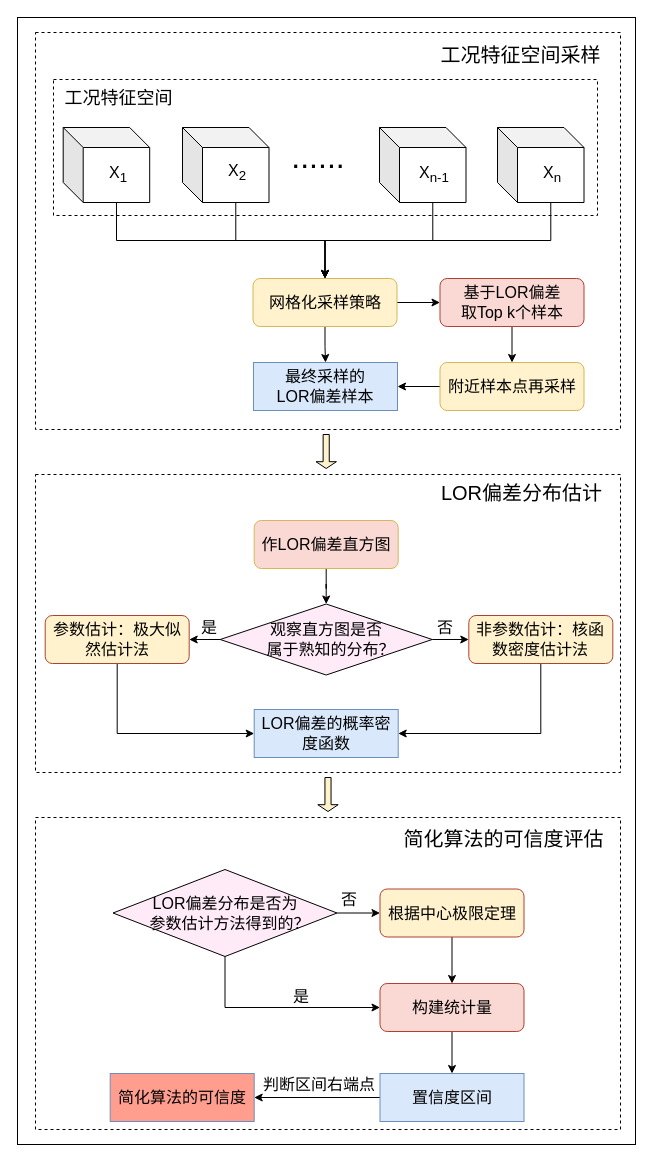
This is 未命名绘图.drawio from ZhangChaoZhong/draw, a draw.io file, before an edit. Source tidied: cells renumbered, new cells numbered last; positions are measured from the earlier drawing's top-left corner, leaving out a move shared by most shapes. Both pictures are drawn from the tidied source at 100%, with x=0, y=0 at pixel (17, 17).
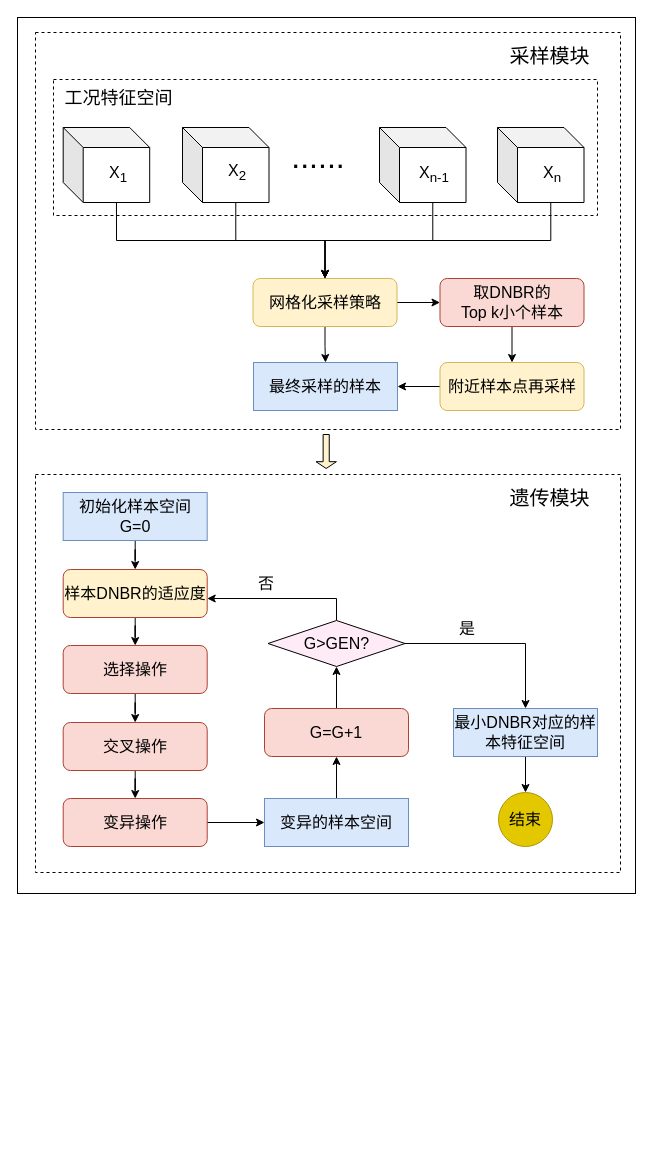
Above is the later version.

Commit message:
更新未命名绘图.drawio

Change to the diagram source:
```diff
@@
     <mxCell id="2" style="rounded=0;whiteSpace=wrap;html=1;" parent="1" vertex="1">
-      <mxGeometry width="618" height="1127" as="geometry" />
+      <mxGeometry width="618" height="876" as="geometry" />
     </mxCell>
-    <mxCell id="3" style="rounded=0;whiteSpace=wrap;html=1;fontSize=16;dashed=1;" parent="1" vertex="1">
-      <mxGeometry x="18" y="800" width="585" height="312" as="geometry" />
-    </mxCell>
     <mxCell id="4" style="rounded=0;whiteSpace=wrap;html=1;fontSize=16;dashed=1;" parent="1" vertex="1">
-      <mxGeometry x="18" y="457" width="585" height="298" as="geometry" />
+      <mxGeometry x="18" y="457" width="585" height="398" as="geometry" />
     </mxCell>
@@
-    <mxCell id="25" value="&lt;div&gt;基于LOR偏差&lt;/div&gt;&lt;div&gt;取Top k个样本&lt;/div&gt;" style="rounded=1;whiteSpace=wrap;html=1;fontSize=16;fillColor=#fad9d5;strokeColor=#ae4132;" parent="1" vertex="1">
+    <mxCell id="25" value="&lt;div&gt;取DNBR的&lt;/div&gt;&lt;div&gt;Top k小个样本&lt;/div&gt;" style="rounded=1;whiteSpace=wrap;html=1;fontSize=16;fillColor=#fad9d5;strokeColor=#ae4132;" parent="1" vertex="1">
       <mxGeometry x="422.5" y="261" width="144" height="48" as="geometry" />
     </mxCell>
@@
-    <mxCell id="32" value="&lt;div&gt;最终采样的&lt;/div&gt;&lt;div&gt;LOR偏差样本&lt;/div&gt;" style="rounded=0;whiteSpace=wrap;html=1;fontSize=16;fillColor=#dae8fc;strokeColor=#6c8ebf;" parent="1" vertex="1">
+    <mxCell id="32" value="&lt;div&gt;最终采样的样本&lt;/div&gt;" style="rounded=0;whiteSpace=wrap;html=1;fontSize=16;fillColor=#dae8fc;strokeColor=#6c8ebf;" parent="1" vertex="1">
       <mxGeometry x="236" y="345" width="144" height="48" as="geometry" />
     </mxCell>
-    <mxCell id="33" style="edgeStyle=orthogonalEdgeStyle;rounded=0;jettySize=auto;html=1;fontSize=16;" parent="1" edge="1" source="35" target="39">
-      <mxGeometry relative="1" as="geometry" />
-    </mxCell>
     <mxCell id="34" style="edgeStyle=orthogonalEdgeStyle;rounded=0;jettySize=auto;html=1;fontSize=16;" parent="1" edge="1" source="35" target="41">
-      <mxGeometry relative="1" as="geometry" />
+      <mxGeometry relative="1" as="geometry">
+        <Array as="points">
+          <mxPoint x="319" y="581" />
+        </Array>
+      </mxGeometry>
     </mxCell>
+    <mxCell id="63" style="edgeStyle=orthogonalEdgeStyle;rounded=0;jettySize=auto;html=1;entryX=0.5;entryY=0;entryDx=0;entryDy=0;fontSize=16;" parent="1" edge="1" source="35" target="78">
+      <mxGeometry relative="1" as="geometry" />
+    </mxCell>
-    <mxCell id="35" value="&lt;div&gt;观察直方图是否&lt;/div&gt;&lt;div&gt;&amp;nbsp; 属于熟知的分布？&lt;/div&gt;" style="rhombus;whiteSpace=wrap;html=1;fontSize=16;fillColor=#FFEBF8;" parent="1" vertex="1">
-      <mxGeometry x="202.7" y="586.5" width="212" height="71" as="geometry" />
+    <mxCell id="35" value="G&amp;gt;GEN?" style="rhombus;whiteSpace=wrap;html=1;fontSize=16;fillColor=#FFEBF8;" parent="1" vertex="1">
+      <mxGeometry x="250.5" y="603" width="137" height="46" as="geometry" />
     </mxCell>
-    <mxCell id="36" style="edgeStyle=orthogonalEdgeStyle;rounded=0;jettySize=auto;html=1;exitX=0.5;exitY=1;exitDx=0;exitDy=0;fontSize=16;" parent="1" edge="1" source="37" target="35">
-      <mxGeometry relative="1" as="geometry" />
-    </mxCell>
-    <mxCell id="37" value="&lt;span&gt;&lt;/span&gt;&lt;span&gt;作LOR&lt;/span&gt;&lt;span&gt;偏差直方图&lt;/span&gt;&lt;span&gt;&lt;/span&gt;" style="rounded=1;whiteSpace=wrap;html=1;fontSize=16;fillColor=#FAD9D5;strokeColor=#d6b656;" parent="1" vertex="1">
-      <mxGeometry x="236.7" y="503" width="144" height="48" as="geometry" />
-    </mxCell>
-    <mxCell id="38" style="edgeStyle=orthogonalEdgeStyle;rounded=0;jettySize=auto;html=1;exitX=0.5;exitY=1;exitDx=0;exitDy=0;entryX=0;entryY=0.5;entryDx=0;entryDy=0;fontSize=16;" parent="1" edge="1" source="39" target="50">
-      <mxGeometry relative="1" as="geometry" />
-    </mxCell>
-    <mxCell id="39" value="参数估计：极大似然估计法" style="rounded=1;whiteSpace=wrap;html=1;fontSize=16;fillColor=#FFF2CC;strokeColor=#ae4132;" parent="1" vertex="1">
-      <mxGeometry x="27.7" y="598" width="144" height="48" as="geometry" />
-    </mxCell>
-    <mxCell id="40" style="edgeStyle=orthogonalEdgeStyle;rounded=0;jettySize=auto;html=1;entryX=1;entryY=0.5;entryDx=0;entryDy=0;fontSize=16;" parent="1" edge="1" source="41" target="50">
-      <mxGeometry relative="1" as="geometry">
-        <Array as="points">
-          <mxPoint x="523" y="716" />
-        </Array>
-      </mxGeometry>
-    </mxCell>
+    <mxCell id="64" style="edgeStyle=orthogonalEdgeStyle;rounded=0;jettySize=auto;html=1;entryX=0.5;entryY=0;entryDx=0;entryDy=0;" parent="1" edge="1" source="41" target="72">
+      <mxGeometry relative="1" as="geometry" />
+    </mxCell>
-    <mxCell id="41" value="非参数估计：核函数密度估计法" style="rounded=1;whiteSpace=wrap;html=1;fontSize=16;fillColor=#FFF2CC;strokeColor=#ae4132;" parent="1" vertex="1">
-      <mxGeometry x="451.3" y="598" width="144" height="48" as="geometry" />
+    <mxCell id="41" value="样本DNBR的适应度" style="rounded=1;whiteSpace=wrap;html=1;fontSize=16;fillColor=#FFF2CC;strokeColor=#ae4132;" parent="1" vertex="1">
+      <mxGeometry x="45.7" y="552" width="144" height="48" as="geometry" />
     </mxCell>
-    <mxCell id="42" style="edgeStyle=orthogonalEdgeStyle;rounded=0;jettySize=auto;html=1;fontSize=16;" parent="1" edge="1" source="44" target="48">
-      <mxGeometry relative="1" as="geometry" />
-    </mxCell>
-    <mxCell id="43" style="edgeStyle=orthogonalEdgeStyle;rounded=0;jettySize=auto;html=1;entryX=0;entryY=0.5;entryDx=0;entryDy=0;fontSize=16;" parent="1" edge="1" source="44" target="46">
-      <mxGeometry relative="1" as="geometry">
-        <Array as="points">
-          <mxPoint x="208" y="990" />
-        </Array>
-      </mxGeometry>
-    </mxCell>
-    <mxCell id="44" value="&lt;div&gt;LOR偏差分布是否为&lt;/div&gt;&lt;div&gt;&amp;nbsp; 参数估计方法得到的？&lt;/div&gt;" style="rhombus;whiteSpace=wrap;html=1;fontSize=16;fillColor=#FFEBF8;" parent="1" vertex="1">
-      <mxGeometry x="95.5" y="852" width="224" height="87" as="geometry" />
-    </mxCell>
-    <mxCell id="45" style="edgeStyle=orthogonalEdgeStyle;rounded=0;jettySize=auto;html=1;entryX=0.5;entryY=0;entryDx=0;entryDy=0;fontSize=16;" parent="1" edge="1" source="46" target="52">
-      <mxGeometry relative="1" as="geometry" />
-    </mxCell>
-    <mxCell id="46" value="构建统计量" style="rounded=1;whiteSpace=wrap;html=1;fontSize=16;fillColor=#fad9d5;strokeColor=#ae4132;" parent="1" vertex="1">
-      <mxGeometry x="362.5" y="966" width="144" height="48" as="geometry" />
-    </mxCell>
-    <mxCell id="47" style="edgeStyle=orthogonalEdgeStyle;rounded=0;jettySize=auto;html=1;entryX=0.5;entryY=0;entryDx=0;entryDy=0;fontSize=16;" parent="1" edge="1" source="48" target="46">
-      <mxGeometry relative="1" as="geometry" />
-    </mxCell>
-    <mxCell id="48" value="根据中心极限定理" style="rounded=1;whiteSpace=wrap;html=1;fontSize=16;fillColor=#FFF2CC;strokeColor=#ae4132;" parent="1" vertex="1">
-      <mxGeometry x="362.5" y="871.5" width="144" height="48" as="geometry" />
-    </mxCell>
-    <mxCell id="49" value="判断区间右端点" style="text;html=1;strokeColor=none;fillColor=none;align=center;verticalAlign=middle;whiteSpace=wrap;rounded=0;fontSize=16;" parent="1" vertex="1">
-      <mxGeometry x="245" y="1056" width="114" height="21" as="geometry" />
-    </mxCell>
+    <mxCell id="65" style="edgeStyle=orthogonalEdgeStyle;rounded=0;jettySize=auto;html=1;entryX=0.5;entryY=1;entryDx=0;entryDy=0;" parent="1" edge="1" source="50" target="70">
+      <mxGeometry relative="1" as="geometry" />
+    </mxCell>
-    <mxCell id="50" value="LOR偏差的概率密度函数" style="rounded=0;whiteSpace=wrap;html=1;fontSize=16;fillColor=#dae8fc;strokeColor=#6c8ebf;" parent="1" vertex="1">
-      <mxGeometry x="236.7" y="692" width="144" height="48" as="geometry" />
+    <mxCell id="50" value="变异的样本空间" style="rounded=0;whiteSpace=wrap;html=1;fontSize=16;fillColor=#dae8fc;strokeColor=#6c8ebf;" parent="1" vertex="1">
+      <mxGeometry x="247" y="781" width="144" height="48" as="geometry" />
     </mxCell>
-    <mxCell id="51" style="edgeStyle=orthogonalEdgeStyle;rounded=0;jettySize=auto;html=1;entryX=1;entryY=0.5;entryDx=0;entryDy=0;fontSize=16;" parent="1" edge="1" source="52" target="60">
-      <mxGeometry relative="1" as="geometry" />
-    </mxCell>
-    <mxCell id="52" value="置信度区间" style="rounded=0;whiteSpace=wrap;html=1;fontSize=16;fillColor=#dae8fc;strokeColor=#6c8ebf;" parent="1" vertex="1">
-      <mxGeometry x="362.5" y="1056" width="144" height="48" as="geometry" />
-    </mxCell>
-    <mxCell id="53" value="是" style="text;html=1;strokeColor=none;fillColor=none;align=center;verticalAlign=middle;whiteSpace=wrap;rounded=0;fontSize=16;" parent="1" vertex="1">
-      <mxGeometry x="171.7" y="600" width="40" height="20" as="geometry" />
-    </mxCell>
-    <mxCell id="54" value="否" style="text;html=1;strokeColor=none;fillColor=none;align=center;verticalAlign=middle;whiteSpace=wrap;rounded=0;fontSize=16;" parent="1" vertex="1">
-      <mxGeometry x="408.3" y="600" width="40" height="20" as="geometry" />
-    </mxCell>
@@
-    <mxCell id="56" value="&lt;font style=&quot;font-size: 20px&quot;&gt;工况特征空间采样&lt;/font&gt;" style="text;html=1;strokeColor=none;fillColor=none;align=center;verticalAlign=middle;whiteSpace=wrap;rounded=0;fontSize=20;" parent="1" vertex="1">
-      <mxGeometry x="417.5" y="15" width="170.8" height="43" as="geometry" />
+    <mxCell id="56" value="&lt;font style=&quot;font-size: 20px&quot;&gt;采样模块&lt;/font&gt;" style="text;html=1;strokeColor=none;fillColor=none;align=center;verticalAlign=middle;whiteSpace=wrap;rounded=0;fontSize=20;" parent="1" vertex="1">
+      <mxGeometry x="484.8" y="15" width="95.2" height="45" as="geometry" />
     </mxCell>
-    <mxCell id="57" value="LOR偏差分布估计" style="text;html=1;strokeColor=none;fillColor=none;align=center;verticalAlign=middle;whiteSpace=wrap;rounded=0;fontSize=20;" parent="1" vertex="1">
-      <mxGeometry x="421" y="455" width="167.3" height="39" as="geometry" />
-    </mxCell>
-    <mxCell id="58" value="简化算法的可信度评估" style="text;html=1;strokeColor=none;fillColor=none;align=center;verticalAlign=middle;whiteSpace=wrap;rounded=0;fontSize=20;" parent="1" vertex="1">
-      <mxGeometry x="385.2" y="801" width="203" height="40" as="geometry" />
-    </mxCell>
-    <mxCell id="59" style="shape=singleArrow;direction=south;whiteSpace=wrap;html=1;fontSize=16;fillColor=#FFF2CC;" parent="1" vertex="1">
-      <mxGeometry x="300.3" y="760" width="20.4" height="34" as="geometry" />
-    </mxCell>
-    <mxCell id="60" value="简化算法的可信度" style="rounded=0;whiteSpace=wrap;html=1;fontSize=16;fillColor=#FF9E8F;strokeColor=#6c8ebf;" parent="1" vertex="1">
-      <mxGeometry x="92.7" y="1056" width="144" height="48" as="geometry" />
-    </mxCell>
-    <mxCell id="61" value="是" style="text;html=1;strokeColor=none;fillColor=none;align=center;verticalAlign=middle;whiteSpace=wrap;rounded=0;fontSize=16;" parent="1" vertex="1">
-      <mxGeometry x="263.5" y="969" width="40" height="20" as="geometry" />
-    </mxCell>
-    <mxCell id="62" value="否" style="text;html=1;strokeColor=none;fillColor=none;align=center;verticalAlign=middle;whiteSpace=wrap;rounded=0;fontSize=16;" parent="1" vertex="1">
-      <mxGeometry x="311.5" y="872" width="40" height="20" as="geometry" />
-    </mxCell>
+    <mxCell id="66" value="&lt;font style=&quot;font-size: 20px&quot;&gt;遗传模块&lt;/font&gt;" style="text;html=1;strokeColor=none;fillColor=none;align=center;verticalAlign=middle;whiteSpace=wrap;rounded=0;fontSize=20;" parent="1" vertex="1">
+      <mxGeometry x="484.8" y="457" width="95.2" height="45" as="geometry" />
+    </mxCell>
+    <mxCell id="67" style="edgeStyle=orthogonalEdgeStyle;rounded=0;jettySize=auto;html=1;" parent="1" edge="1" source="68" target="41">
+      <mxGeometry relative="1" as="geometry" />
+    </mxCell>
+    <mxCell id="68" value="&lt;div&gt;初始化样本空间G=0&lt;/div&gt;" style="rounded=0;whiteSpace=wrap;html=1;fontSize=16;fillColor=#dae8fc;strokeColor=#6c8ebf;" parent="1" vertex="1">
+      <mxGeometry x="45.7" y="475" width="144" height="48" as="geometry" />
+    </mxCell>
+    <mxCell id="69" style="edgeStyle=orthogonalEdgeStyle;rounded=0;jettySize=auto;html=1;entryX=0.5;entryY=1;entryDx=0;entryDy=0;" parent="1" edge="1" source="70" target="35">
+      <mxGeometry relative="1" as="geometry" />
+    </mxCell>
+    <mxCell id="70" value="G=G+1" style="rounded=1;whiteSpace=wrap;html=1;fontSize=16;fillColor=#fad9d5;strokeColor=#ae4132;" parent="1" vertex="1">
+      <mxGeometry x="247" y="691" width="144" height="48" as="geometry" />
+    </mxCell>
+    <mxCell id="71" style="edgeStyle=orthogonalEdgeStyle;rounded=0;jettySize=auto;html=1;entryX=0.5;entryY=0;entryDx=0;entryDy=0;" parent="1" edge="1" source="72" target="76">
+      <mxGeometry relative="1" as="geometry" />
+    </mxCell>
+    <mxCell id="72" value="选择操作" style="rounded=1;whiteSpace=wrap;html=1;fontSize=16;fillColor=#fad9d5;strokeColor=#ae4132;" parent="1" vertex="1">
+      <mxGeometry x="45.7" y="628" width="144" height="48" as="geometry" />
+    </mxCell>
+    <mxCell id="73" style="edgeStyle=orthogonalEdgeStyle;rounded=0;jettySize=auto;html=1;entryX=0;entryY=0.5;entryDx=0;entryDy=0;" parent="1" edge="1" source="74" target="50">
+      <mxGeometry relative="1" as="geometry" />
+    </mxCell>
+    <mxCell id="74" value="变异操作" style="rounded=1;whiteSpace=wrap;html=1;fontSize=16;fillColor=#fad9d5;strokeColor=#ae4132;" parent="1" vertex="1">
+      <mxGeometry x="45.7" y="781" width="144" height="48" as="geometry" />
+    </mxCell>
+    <mxCell id="75" style="edgeStyle=orthogonalEdgeStyle;rounded=0;jettySize=auto;html=1;entryX=0.5;entryY=0;entryDx=0;entryDy=0;" parent="1" edge="1" source="76" target="74">
+      <mxGeometry relative="1" as="geometry" />
+    </mxCell>
+    <mxCell id="76" value="交叉操作" style="rounded=1;whiteSpace=wrap;html=1;fontSize=16;fillColor=#fad9d5;strokeColor=#ae4132;" parent="1" vertex="1">
+      <mxGeometry x="45.7" y="705" width="144" height="48" as="geometry" />
+    </mxCell>
+    <mxCell id="77" style="edgeStyle=orthogonalEdgeStyle;rounded=0;jettySize=auto;html=1;fontSize=16;" parent="1" edge="1" source="78" target="79">
+      <mxGeometry relative="1" as="geometry" />
+    </mxCell>
+    <mxCell id="78" value="最小DNBR对应的样本特征空间" style="rounded=0;whiteSpace=wrap;html=1;fontSize=16;fillColor=#dae8fc;strokeColor=#6c8ebf;" parent="1" vertex="1">
+      <mxGeometry x="436" y="691" width="144" height="48" as="geometry" />
+    </mxCell>
+    <mxCell id="79" value="&lt;font style=&quot;font-size: 16px;&quot;&gt;结束&lt;/font&gt;" style="ellipse;whiteSpace=wrap;html=1;fontSize=16;fillColor=#e3c800;fontColor=#000000;strokeColor=#B09500;" parent="1" vertex="1">
+      <mxGeometry x="481" y="775" width="54" height="54" as="geometry" />
+    </mxCell>
+    <mxCell id="80" value="是" style="text;html=1;strokeColor=none;fillColor=none;align=center;verticalAlign=middle;whiteSpace=wrap;rounded=0;fontSize=16;" parent="1" vertex="1">
+      <mxGeometry x="420" y="596" width="60" height="30" as="geometry" />
+    </mxCell>
+    <mxCell id="81" value="否" style="text;html=1;strokeColor=none;fillColor=none;align=center;verticalAlign=middle;whiteSpace=wrap;rounded=0;fontSize=16;" parent="1" vertex="1">
+      <mxGeometry x="219" y="551" width="60" height="30" as="geometry" />
+    </mxCell>
```
